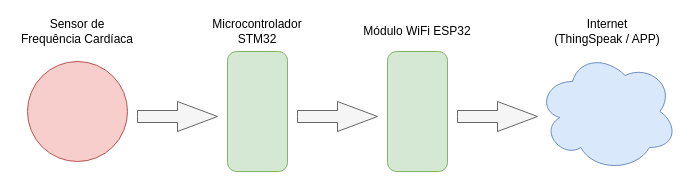
Above: Untitled Diagram.drawio in Kayannsoarez/GabsControl (draw.io), before the change. Source tidied: cells renumbered, new cells numbered last; positions are measured from the earlier drawing's top-left corner, leaving out a move shared by most shapes. Both pictures are drawn from the tidied source at 100%, with x=0, y=0 at pixel (17, 21). Pictures stored in the file or linked from it are replaced by grey dashed boxes.
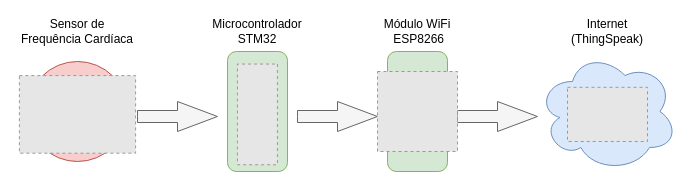
Above is the later version.

The edit, as a diff of the source:
```diff
@@
 <mxGraphModel>
   <root>
     <mxCell id="0" />
     <mxCell id="1" parent="0" />
     <mxCell id="2" style="rounded=1;whiteSpace=wrap;html=1;rotation=90;fillColor=#d5e8d4;strokeColor=#82b366;" parent="1" vertex="1">
       <mxGeometry x="180" y="60" width="120" height="60" as="geometry" />
     </mxCell>
     <mxCell id="3" style="ellipse;whiteSpace=wrap;html=1;fillColor=#f8cecc;strokeColor=#b85450;" parent="1" vertex="1">
       <mxGeometry x="10" y="40" width="100" height="100" as="geometry" />
     </mxCell>
     <mxCell id="4" style="rounded=1;whiteSpace=wrap;html=1;rotation=-90;fillColor=#d5e8d4;strokeColor=#82b366;" parent="1" vertex="1">
       <mxGeometry x="340" y="60" width="120" height="60" as="geometry" />
     </mxCell>
     <mxCell id="5" style="ellipse;shape=cloud;whiteSpace=wrap;html=1;fillColor=#dae8fc;strokeColor=#6c8ebf;" parent="1" vertex="1">
       <mxGeometry x="520" y="30" width="140" height="120" as="geometry" />
     </mxCell>
     <mxCell id="6" style="html=1;shadow=0;dashed=0;align=center;verticalAlign=middle;shape=mxgraph.arrows2.arrow;dy=0.6;dx=40;notch=0;fillColor=#f5f5f5;strokeColor=#666666;fontColor=#333333;" parent="1" vertex="1">
       <mxGeometry x="120" y="80" width="80" height="30" as="geometry" />
     </mxCell>
     <mxCell id="7" style="html=1;shadow=0;dashed=0;align=center;verticalAlign=middle;shape=mxgraph.arrows2.arrow;dy=0.6;dx=40;notch=0;fillColor=#f5f5f5;strokeColor=#666666;fontColor=#333333;" parent="1" vertex="1">
       <mxGeometry x="280" y="80" width="80" height="30" as="geometry" />
     </mxCell>
     <mxCell id="8" style="html=1;shadow=0;dashed=0;align=center;verticalAlign=middle;shape=mxgraph.arrows2.arrow;dy=0.6;dx=40;notch=0;fillColor=#f5f5f5;strokeColor=#666666;fontColor=#333333;" parent="1" vertex="1">
       <mxGeometry x="440" y="80" width="80" height="30" as="geometry" />
     </mxCell>
     <mxCell id="9" value="Sensor de Frequência Cardíaca" style="text;html=1;strokeColor=none;fillColor=none;align=center;verticalAlign=middle;whiteSpace=wrap;rounded=0;" parent="1" vertex="1">
       <mxGeometry width="120" height="20" as="geometry" />
     </mxCell>
-    <mxCell id="10" value="Módulo WiFi ESP32" style="text;html=1;strokeColor=none;fillColor=none;align=center;verticalAlign=middle;whiteSpace=wrap;rounded=0;" parent="1" vertex="1">
-      <mxGeometry x="340" width="120" height="20" as="geometry" />
+    <mxCell id="10" value="Módulo WiFi&lt;br&gt;&amp;nbsp;ESP8266" style="text;html=1;strokeColor=none;fillColor=none;align=center;verticalAlign=middle;whiteSpace=wrap;rounded=0;" parent="1" vertex="1">
+      <mxGeometry x="335" width="130" height="20" as="geometry" />
     </mxCell>
     <mxCell id="11" value="Microcontrolador STM32" style="text;html=1;strokeColor=none;fillColor=none;align=center;verticalAlign=middle;whiteSpace=wrap;rounded=0;" parent="1" vertex="1">
       <mxGeometry x="180" width="120" height="20" as="geometry" />
     </mxCell>
-    <mxCell id="12" value="&lt;div&gt;Internet &lt;br&gt;&lt;/div&gt;&lt;div&gt;(ThingSpeak / APP)&lt;/div&gt;" style="text;html=1;strokeColor=none;fillColor=none;align=center;verticalAlign=middle;whiteSpace=wrap;rounded=0;" parent="1" vertex="1">
+    <mxCell id="12" value="&lt;div&gt;Internet &lt;br&gt;&lt;/div&gt;&lt;div&gt;(ThingSpeak)&lt;/div&gt;" style="text;html=1;strokeColor=none;fillColor=none;align=center;verticalAlign=middle;whiteSpace=wrap;rounded=0;" parent="1" vertex="1">
       <mxGeometry x="530" width="120" height="20" as="geometry" />
     </mxCell>
+    <mxCell id="13" style="fillColor=#E6E6E6;strokeColor=#999999;dashed=1;verticalLabelPosition=bottom;labelBackgroundColor=#ffffff;verticalAlign=top;" parent="1" vertex="1">
+      <mxGeometry x="1.9" y="54.1" width="116.2" height="77.6" as="geometry" />
+    </mxCell>
+    <mxCell id="14" style="fillColor=#E6E6E6;strokeColor=#999999;dashed=1;verticalLabelPosition=bottom;labelBackgroundColor=#ffffff;verticalAlign=top;" parent="1" vertex="1">
+      <mxGeometry x="550" y="65.8" width="80" height="54.2" as="geometry" />
+    </mxCell>
+    <mxCell id="15" style="fillColor=#E6E6E6;strokeColor=#999999;dashed=1;verticalLabelPosition=bottom;labelBackgroundColor=#ffffff;verticalAlign=top;" parent="1" vertex="1">
+      <mxGeometry x="360" y="50" width="80" height="80" as="geometry" />
+    </mxCell>
+    <mxCell id="16" style="fillColor=#E6E6E6;strokeColor=#999999;dashed=1;verticalLabelPosition=bottom;labelBackgroundColor=#ffffff;verticalAlign=top;rotation=90;" parent="1" vertex="1">
+      <mxGeometry x="189.6" y="72.9" width="100.7" height="40" as="geometry" />
+    </mxCell>
   </root>
 </mxGraphModel>
```
